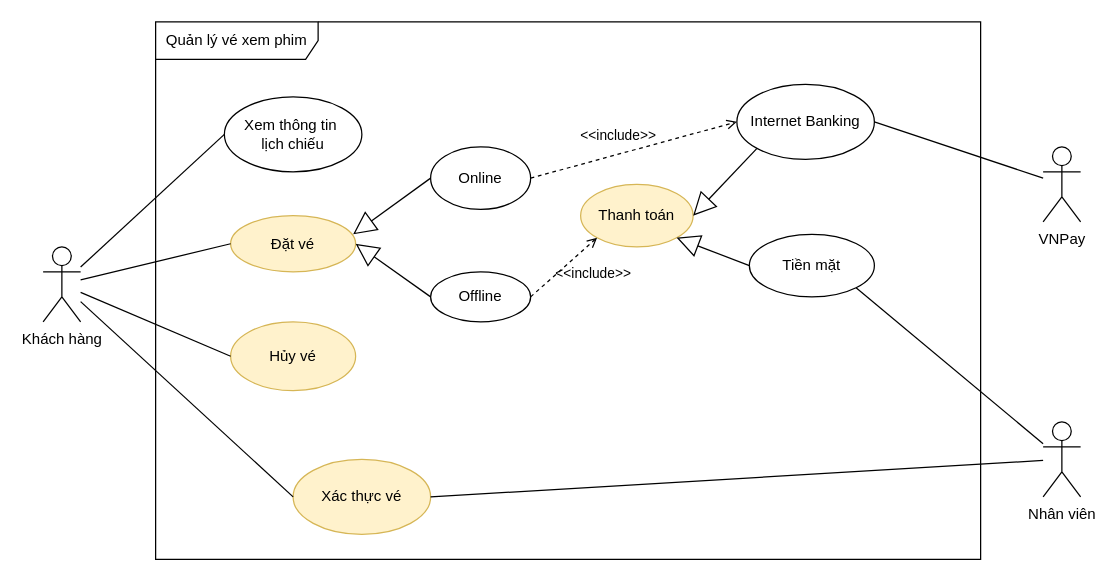
Above: Use Case Diagram/xml/Quản-Lý-Vé.drawio in dvhAoU1374/IT3120-PTTKHT (draw.io), before the change. Source tidied: cells renumbered, new cells numbered last; positions are measured from the earlier drawing's top-left corner, leaving out a move shared by most shapes. Both pictures are drawn from the tidied source at 125%, with x=0, y=0 at pixel (42, 21).
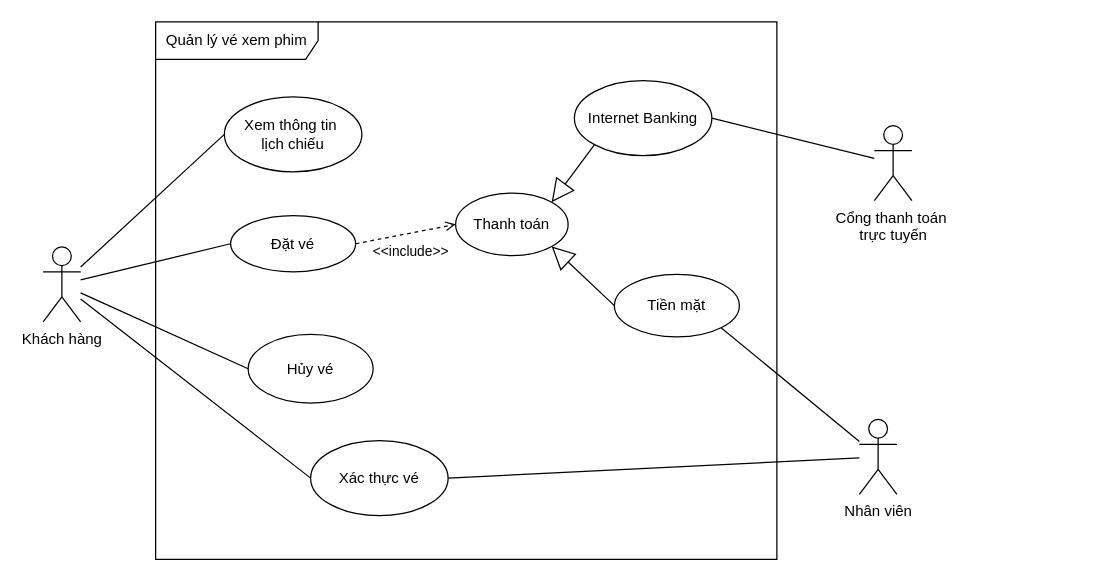
The same page after the edit.

Change to the diagram source:
```diff
@@
     <mxCell id="2" value="Quản lý vé xem phim" style="shape=umlFrame;whiteSpace=wrap;html=1;width=130;height=30;" parent="1" vertex="1">
-      <mxGeometry x="90" width="660" height="430" as="geometry" />
+      <mxGeometry x="90" width="497" height="430" as="geometry" />
     </mxCell>
@@
-    <mxCell id="4" value="Đặt vé" style="ellipse;whiteSpace=wrap;html=1;fillColor=#fff2cc;strokeColor=#d6b656;" parent="2" vertex="1">
+    <mxCell id="4" value="Đặt vé" style="ellipse;whiteSpace=wrap;html=1;" parent="2" vertex="1">
       <mxGeometry x="60" y="155" width="100" height="45" as="geometry" />
     </mxCell>
-    <mxCell id="5" value="Hủy vé" style="ellipse;whiteSpace=wrap;html=1;fillColor=#fff2cc;strokeColor=#d6b656;" parent="2" vertex="1">
-      <mxGeometry x="60" y="240" width="100" height="55" as="geometry" />
+    <mxCell id="5" value="Hủy vé" style="ellipse;whiteSpace=wrap;html=1;" parent="2" vertex="1">
+      <mxGeometry x="74" y="250" width="100" height="55" as="geometry" />
     </mxCell>
-    <mxCell id="6" value="Online" style="ellipse;whiteSpace=wrap;html=1;" parent="2" vertex="1">
-      <mxGeometry x="220" y="100" width="80" height="50" as="geometry" />
-    </mxCell>
-    <mxCell id="7" value="Offline" style="ellipse;whiteSpace=wrap;html=1;" parent="2" vertex="1">
-      <mxGeometry x="220" y="200" width="80" height="40" as="geometry" />
-    </mxCell>
-    <mxCell id="8" value="Thanh toán" style="ellipse;whiteSpace=wrap;html=1;fillColor=#fff2cc;strokeColor=#d6b656;" parent="2" vertex="1">
-      <mxGeometry x="340" y="130" width="90" height="50" as="geometry" />
+    <mxCell id="8" value="Thanh toán" style="ellipse;whiteSpace=wrap;html=1;" parent="2" vertex="1">
+      <mxGeometry x="240" y="137" width="90" height="50" as="geometry" />
     </mxCell>
     <mxCell id="9" value="Tiền mặt" style="ellipse;whiteSpace=wrap;html=1;" parent="2" vertex="1">
-      <mxGeometry x="475" y="170" width="100" height="50" as="geometry" />
+      <mxGeometry x="367" y="202" width="100" height="50" as="geometry" />
     </mxCell>
     <mxCell id="10" value="Internet Banking" style="ellipse;whiteSpace=wrap;html=1;" parent="2" vertex="1">
-      <mxGeometry x="465" y="50" width="110" height="60" as="geometry" />
+      <mxGeometry x="335" y="47" width="110" height="60" as="geometry" />
     </mxCell>
-    <mxCell id="11" value="Xác thực vé" style="ellipse;whiteSpace=wrap;html=1;fillColor=#fff2cc;strokeColor=#d6b656;" parent="2" vertex="1">
-      <mxGeometry x="110" y="350" width="110" height="60" as="geometry" />
+    <mxCell id="11" value="Xác thực vé" style="ellipse;whiteSpace=wrap;html=1;" parent="2" vertex="1">
+      <mxGeometry x="124" y="335" width="110" height="60" as="geometry" />
     </mxCell>
@@
-    <mxCell id="13" style="endArrow=block;endSize=16;endFill=0;html=1;rounded=0;entryX=0.98;entryY=0.333;entryDx=0;entryDy=0;exitX=0;exitY=0.5;exitDx=0;exitDy=0;entryPerimeter=0;" parent="2" edge="1" source="6" target="4">
-      <mxGeometry relative="1" as="geometry" />
-    </mxCell>
-    <mxCell id="14" style="endArrow=block;endSize=16;endFill=0;html=1;rounded=0;entryX=1;entryY=0.5;entryDx=0;entryDy=0;exitX=0;exitY=0.5;exitDx=0;exitDy=0;" parent="2" edge="1" source="7" target="4">
-      <mxGeometry relative="1" as="geometry" />
-    </mxCell>
-    <mxCell id="15" style="endArrow=block;endSize=16;endFill=0;html=1;rounded=0;exitX=0;exitY=0.5;exitDx=0;exitDy=0;entryX=1;entryY=1;entryDx=0;entryDy=0;" parent="2" edge="1" target="8">
-      <mxGeometry relative="1" as="geometry">
-        <mxPoint x="475" y="195" as="sourcePoint" />
-      </mxGeometry>
+    <mxCell id="15" style="endArrow=block;endSize=16;endFill=0;html=1;rounded=0;exitX=0;exitY=0.5;exitDx=0;exitDy=0;entryX=1;entryY=1;entryDx=0;entryDy=0;" parent="2" edge="1" source="9" target="8">
+      <mxGeometry relative="1" as="geometry" />
     </mxCell>
-    <mxCell id="16" style="endArrow=block;endSize=16;endFill=0;html=1;rounded=0;entryX=1;entryY=0.5;entryDx=0;entryDy=0;exitX=0;exitY=1;exitDx=0;exitDy=0;" parent="2" edge="1" target="8">
-      <mxGeometry relative="1" as="geometry">
-        <mxPoint x="481.1" y="101.2" as="sourcePoint" />
-      </mxGeometry>
+    <mxCell id="16" style="endArrow=block;endSize=16;endFill=0;html=1;rounded=0;entryX=1;entryY=0;entryDx=0;entryDy=0;exitX=0;exitY=1;exitDx=0;exitDy=0;" parent="2" edge="1" source="10" target="8">
+      <mxGeometry relative="1" as="geometry" />
     </mxCell>
-    <mxCell id="17" value="&amp;lt;&amp;lt;include&amp;gt;&amp;gt;" style="html=1;verticalAlign=bottom;labelBackgroundColor=none;endArrow=open;endFill=0;dashed=1;rounded=0;exitX=1;exitY=0.5;exitDx=0;exitDy=0;entryX=0;entryY=0.5;entryDx=0;entryDy=0;" parent="2" edge="1" source="6">
-      <mxGeometry x="-0.13" y="6" relative="1" as="geometry">
-        <mxPoint x="465" y="80" as="targetPoint" />
-      </mxGeometry>
-    </mxCell>
-    <mxCell id="18" value="&amp;lt;&amp;lt;include&amp;gt;&amp;gt;" style="html=1;verticalAlign=bottom;labelBackgroundColor=none;endArrow=open;endFill=0;dashed=1;rounded=0;exitX=1;exitY=0.5;exitDx=0;exitDy=0;entryX=0;entryY=1;entryDx=0;entryDy=0;" parent="2" edge="1" source="7" target="8">
-      <mxGeometry x="0.24" y="-26" relative="1" as="geometry" />
+    <mxCell id="18" value="&amp;lt;&amp;lt;include&amp;gt;&amp;gt;" style="html=1;verticalAlign=bottom;labelBackgroundColor=none;endArrow=open;endFill=0;dashed=1;rounded=0;exitX=1;exitY=0.5;exitDx=0;exitDy=0;entryX=0;entryY=0.5;entryDx=0;entryDy=0;" parent="2" edge="1" source="4" target="8">
+      <mxGeometry x="-0.01" y="-24" relative="1" as="geometry" />
     </mxCell>
@@
     <mxCell id="20" value="Nhân viên" style="shape=umlActor;verticalLabelPosition=bottom;verticalAlign=top;html=1;" parent="1" vertex="1">
-      <mxGeometry x="800" y="320" width="30" height="60" as="geometry" />
+      <mxGeometry x="653" y="318" width="30" height="60" as="geometry" />
     </mxCell>
-    <mxCell id="21" value="VNPay" style="shape=umlActor;verticalLabelPosition=bottom;verticalAlign=top;html=1;" parent="1" vertex="1">
-      <mxGeometry x="800" y="100" width="30" height="60" as="geometry" />
+    <mxCell id="21" value="Cổng thanh toán&amp;nbsp;&lt;div&gt;trực tuyến&lt;/div&gt;" style="shape=umlActor;verticalLabelPosition=bottom;verticalAlign=top;html=1;" parent="1" vertex="1">
+      <mxGeometry x="665" y="83" width="30" height="60" as="geometry" />
     </mxCell>
```
